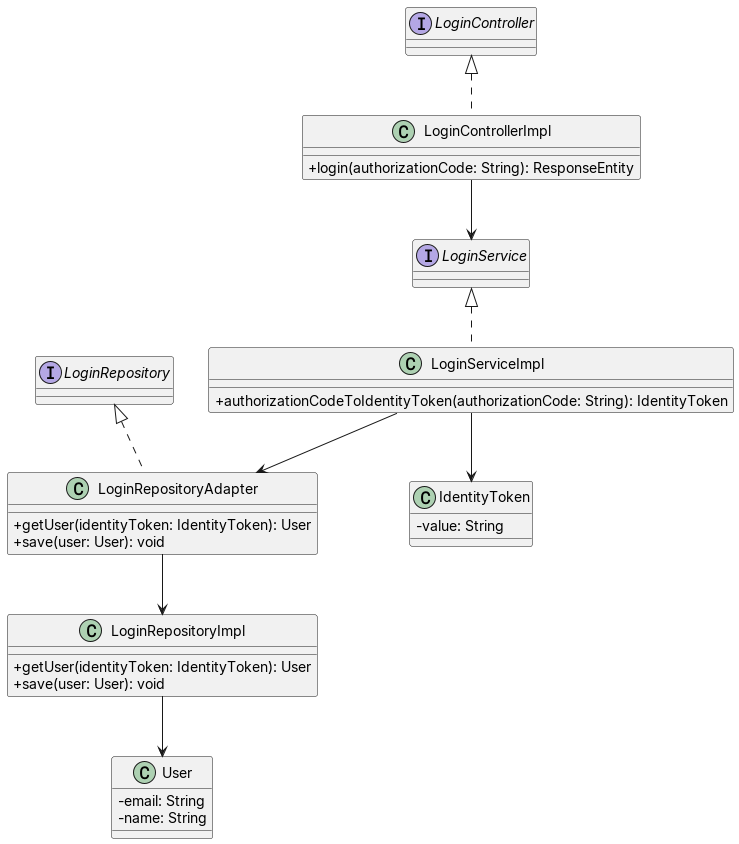
The PlantUML diagram Pressure_cooker/Rens/class_diagram.png in AIM-ENE-feb25/triptop-groep-b4, before a commit. Its diagram source:
```plantuml
@startuml Adapter Pattern Class Diagram

skinparam classAttributeIconSize 0

interface LoginController
interface LoginService
interface LoginRepository

class LoginControllerImpl implements LoginController {
    +login(authorizationCode: String): ResponseEntity
}

class LoginServiceImpl implements LoginService {
    +authorizationCodeToIdentityToken(authorizationCode: String): IdentityToken
}

class LoginRepositoryAdapter implements LoginRepository {
    +getUser(identityToken: IdentityToken): User
    +save(user: User): void
}

class LoginRepositoryImpl {
    +getUser(identityToken: IdentityToken): User
    +save(user: User): void
}

class IdentityToken {
    -value: String
}

class User {
    -email: String
    -name: String
}

LoginControllerImpl --> LoginService
LoginServiceImpl --> LoginRepositoryAdapter
LoginRepositoryAdapter --> LoginRepositoryImpl
LoginServiceImpl --> IdentityToken
LoginRepositoryImpl --> User

@enduml
```
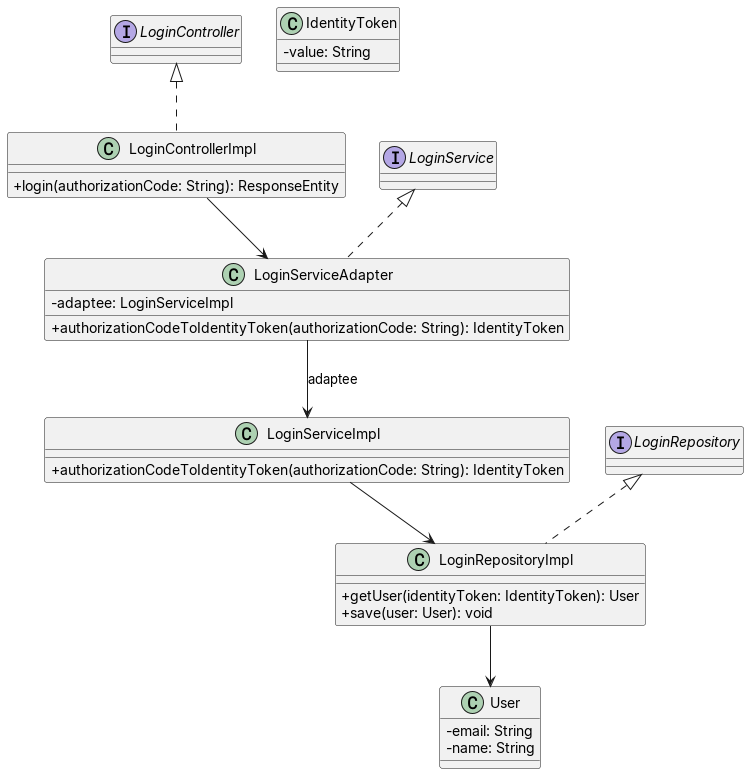
The same file after the commit.

Commit message:
Implement feedback of adapter pattern class diagram

The edit, as a diff of the source:
```diff
@@ -10,16 +10,16 @@
     +login(authorizationCode: String): ResponseEntity
 }
 
-class LoginServiceImpl implements LoginService {
+class LoginServiceAdapter implements LoginService {
+    -adaptee: LoginServiceImpl
     +authorizationCodeToIdentityToken(authorizationCode: String): IdentityToken
 }
 
-class LoginRepositoryAdapter implements LoginRepository {
-    +getUser(identityToken: IdentityToken): User
-    +save(user: User): void
+class LoginServiceImpl {
+    +authorizationCodeToIdentityToken(authorizationCode: String): IdentityToken
 }
 
-class LoginRepositoryImpl {
+class LoginRepositoryImpl implements LoginRepository {
     +getUser(identityToken: IdentityToken): User
     +save(user: User): void
 }
@@ -33,10 +33,9 @@
     -name: String
 }
 
-LoginControllerImpl --> LoginService
-LoginServiceImpl --> LoginRepositoryAdapter
-LoginRepositoryAdapter --> LoginRepositoryImpl
-LoginServiceImpl --> IdentityToken
+LoginControllerImpl --> LoginServiceAdapter
+LoginServiceAdapter --> LoginServiceImpl : adaptee
+LoginServiceImpl --> LoginRepositoryImpl
 LoginRepositoryImpl --> User
 
 @enduml
```
